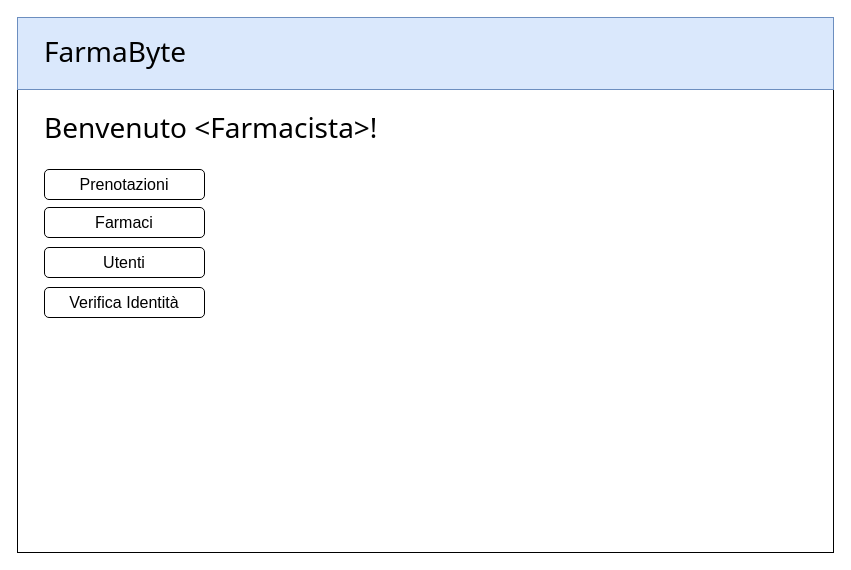
Before: page "HomeFarmacista" (3 of 5) of drawio/Interfacce/VisteFarmacia.drawio in lnwor/farmabyte-doc, a draw.io diagram. Source tidied: cells renumbered, new cells numbered last; positions are measured from the earlier drawing's top-left corner, leaving out a move shared by most shapes. Both pictures are drawn from the tidied source at 100%, with x=0, y=0 at pixel (17, 17).
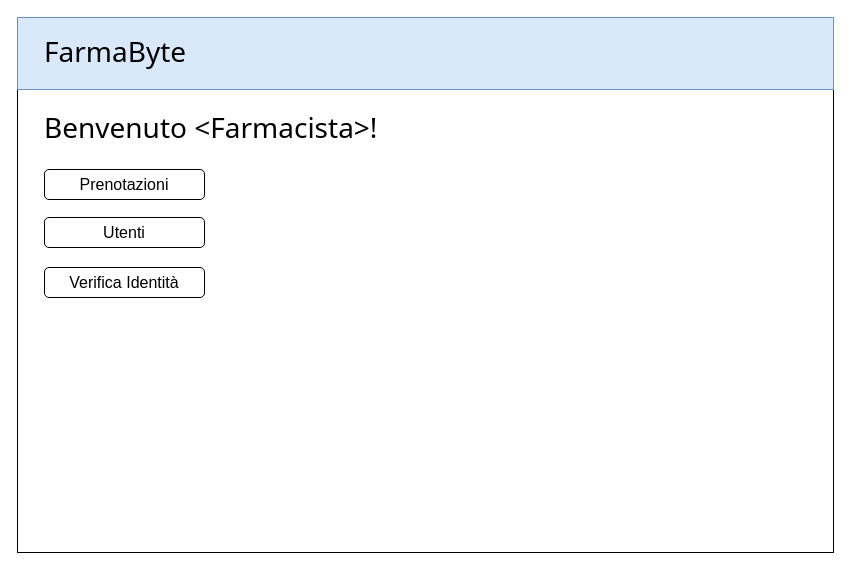
The same diagram, later.

Change to the diagram source:
```diff
@@
 <mxGraphModel>
   <root>
     <mxCell id="0" />
     <mxCell id="1" parent="0" />
     <mxCell id="2" value="&lt;br&gt;" style="rounded=0;whiteSpace=wrap;html=1;" parent="1" vertex="1">
       <mxGeometry y="2" width="816" height="533" as="geometry" />
     </mxCell>
     <mxCell id="3" value="Prenotazioni" style="rounded=1;whiteSpace=wrap;html=1;fontSize=16;fontColor=#000000;align=center;" parent="1" vertex="1">
       <mxGeometry x="27" y="152" width="160" height="30" as="geometry" />
     </mxCell>
     <mxCell id="4" style="rounded=0;whiteSpace=wrap;html=1;fontSize=28;fillColor=#dae8fc;strokeColor=#6c8ebf;" parent="1" vertex="1">
       <mxGeometry width="816" height="72" as="geometry" />
     </mxCell>
     <mxCell id="5" value="FarmaByte" style="text;strokeColor=none;fillColor=none;align=left;verticalAlign=top;spacingLeft=4;spacingRight=4;overflow=hidden;fontSize=28;fontFamily=Noto Sans;" parent="1" vertex="1">
       <mxGeometry x="21" y="11" width="166" height="48" as="geometry" />
     </mxCell>
     <mxCell id="6" value="Benvenuto &lt;Farmacista&gt;!" style="text;strokeColor=none;fillColor=none;align=left;verticalAlign=top;spacingLeft=4;spacingRight=4;overflow=hidden;fontSize=28;fontFamily=Noto Sans;" parent="1" vertex="1">
       <mxGeometry x="21" y="87" width="343.6" height="65" as="geometry" />
     </mxCell>
-    <mxCell id="7" value="Farmaci" style="rounded=1;whiteSpace=wrap;html=1;fontSize=16;fontColor=#000000;align=center;" parent="1" vertex="1">
-      <mxGeometry x="27" y="190" width="160" height="30" as="geometry" />
-    </mxCell>
     <mxCell id="8" value="Utenti" style="rounded=1;whiteSpace=wrap;html=1;fontSize=16;fontColor=#000000;align=center;" parent="1" vertex="1">
-      <mxGeometry x="27" y="230" width="160" height="30" as="geometry" />
+      <mxGeometry x="27" y="200" width="160" height="30" as="geometry" />
     </mxCell>
     <mxCell id="9" value="Verifica Identità" style="rounded=1;whiteSpace=wrap;html=1;fontSize=16;fontColor=#000000;align=center;" parent="1" vertex="1">
-      <mxGeometry x="27" y="270" width="160" height="30" as="geometry" />
+      <mxGeometry x="27" y="250" width="160" height="30" as="geometry" />
     </mxCell>
   </root>
 </mxGraphModel>
```
